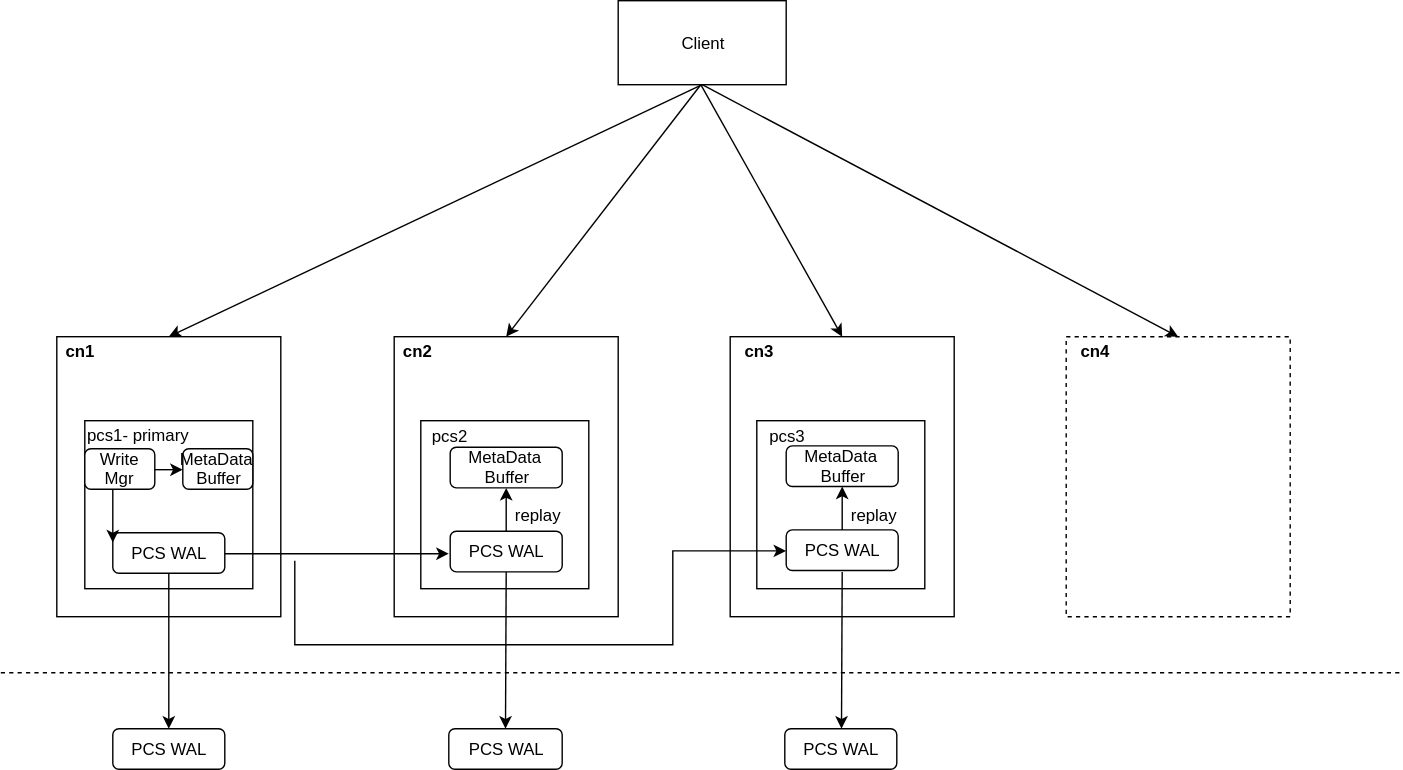
simbahebinbo/smallfat.github.io keeps this draw.io diagram as attachments/1671107410817.drawio.svg. Above is the earlier version. Source tidied: cells renumbered, new cells last; positions are measured from the earlier drawing's top-left corner, leaving out a move shared by most shapes.
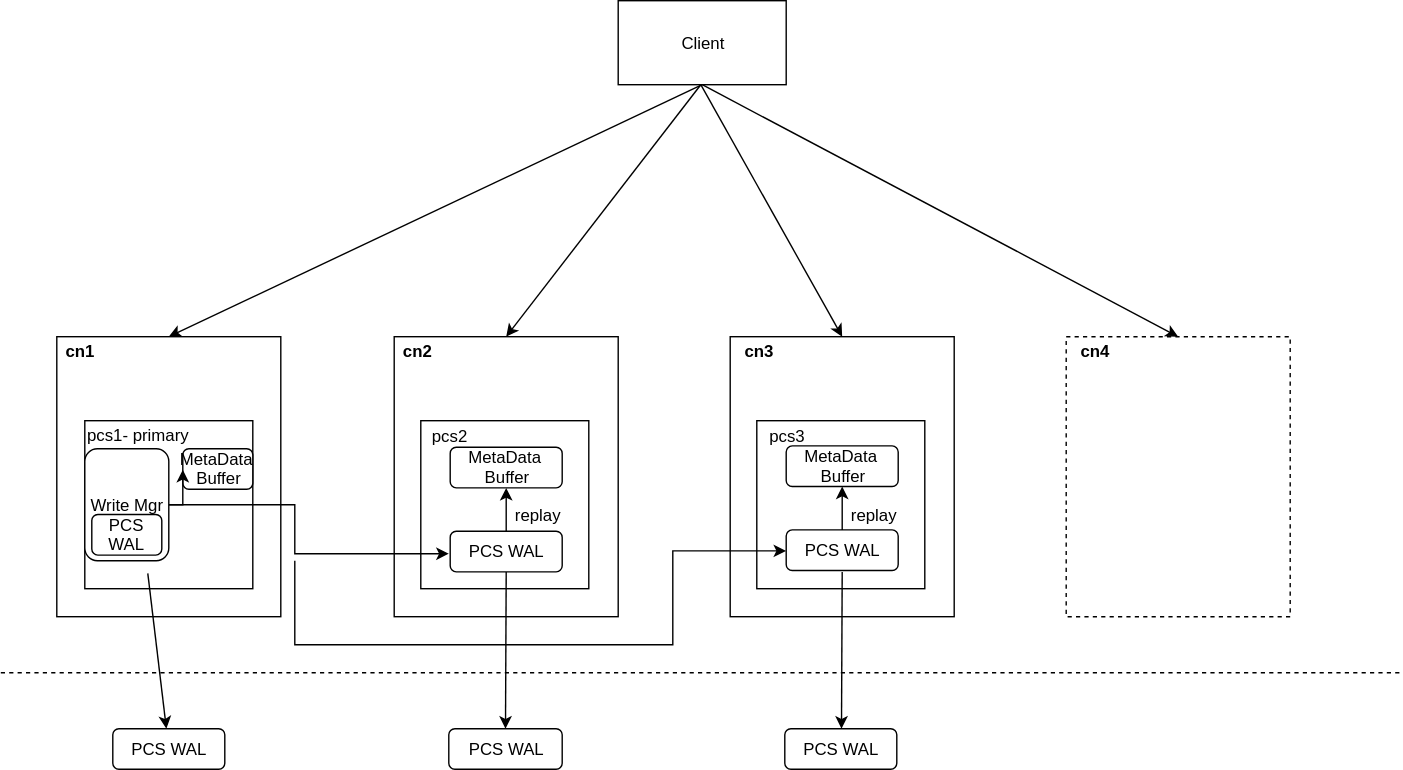
Later version of the same file.

Commit message:
添加附件 : attachments/1671107410817.drawio.svg

Change to the diagram source:
```diff
@@ -23,9 +23,6 @@
     <mxCell id="8" value="pcs1- primary" style="text;html=1;strokeColor=none;fillColor=none;align=left;verticalAlign=middle;whiteSpace=wrap;rounded=0;dashed=1;" parent="1" vertex="1">
       <mxGeometry x="60" y="300" width="80" height="20" as="geometry" />
     </mxCell>
-    <mxCell id="9" value="PCS WAL" style="rounded=1;whiteSpace=wrap;html=1;" parent="1" vertex="1">
-      <mxGeometry x="80" y="380" width="80" height="29" as="geometry" />
-    </mxCell>
     <mxCell id="10" value="cn2" style="text;html=1;strokeColor=none;fillColor=none;align=center;verticalAlign=middle;whiteSpace=wrap;rounded=0;fontStyle=1;" parent="1" vertex="1">
       <mxGeometry x="281" y="240" width="31" height="20" as="geometry" />
     </mxCell>
@@ -105,8 +102,10 @@
     <mxCell id="33" value="PCS WAL" style="rounded=1;whiteSpace=wrap;html=1;" parent="1" vertex="1">
       <mxGeometry x="560" y="520" width="80" height="29" as="geometry" />
     </mxCell>
-    <mxCell id="34" style="endArrow=classic;html=1;exitX=0.5;exitY=1;exitDx=0;exitDy=0;" parent="1" edge="1" source="9" target="31">
-      <mxGeometry relative="1" as="geometry" />
+    <mxCell id="34" style="endArrow=classic;html=1;exitX=0.5;exitY=1;exitDx=0;exitDy=0;" parent="1" edge="1" target="31">
+      <mxGeometry relative="1" as="geometry">
+        <mxPoint x="105" y="409" as="sourcePoint" />
+      </mxGeometry>
     </mxCell>
     <mxCell id="35" style="endArrow=classic;html=1;exitX=0.5;exitY=1;exitDx=0;exitDy=0;entryX=0.5;entryY=0;entryDx=0;entryDy=0;" parent="1" edge="1" source="14" target="32">
       <mxGeometry relative="1" as="geometry" />
@@ -117,7 +116,7 @@
         <mxPoint x="600.5" y="520" as="targetPoint" />
       </mxGeometry>
     </mxCell>
-    <mxCell id="37" style="edgeStyle=orthogonalEdgeStyle;rounded=0;jettySize=auto;html=1;exitX=1;exitY=0.5;exitDx=0;exitDy=0;entryX=0.167;entryY=0.792;entryDx=0;entryDy=0;entryPerimeter=0;" parent="1" edge="1" source="9" target="11">
+    <mxCell id="37" style="edgeStyle=orthogonalEdgeStyle;rounded=0;jettySize=auto;html=1;entryX=0.167;entryY=0.792;entryDx=0;entryDy=0;entryPerimeter=0;exitX=1;exitY=0.5;exitDx=0;exitDy=0;" parent="1" edge="1" source="43" target="11">
       <mxGeometry relative="1" as="geometry" />
     </mxCell>
     <mxCell id="38" style="edgeStyle=orthogonalEdgeStyle;rounded=0;jettySize=auto;html=1;entryX=0;entryY=0.5;entryDx=0;entryDy=0;" parent="1" edge="1" target="19">
@@ -140,11 +139,11 @@
     <mxCell id="41" style="edgeStyle=orthogonalEdgeStyle;rounded=0;jettySize=auto;html=1;exitX=1;exitY=0.5;exitDx=0;exitDy=0;entryX=0;entryY=0.5;entryDx=0;entryDy=0;" parent="1" edge="1" source="43" target="27">
       <mxGeometry relative="1" as="geometry" />
     </mxCell>
+    <mxCell id="43" value="Write Mgr" style="rounded=1;whiteSpace=wrap;html=1;" parent="1" vertex="1">
+      <mxGeometry x="60" y="320" width="60" height="80" as="geometry" />
+    </mxCell>
-    <mxCell id="42" style="edgeStyle=orthogonalEdgeStyle;rounded=0;jettySize=auto;html=1;exitX=0.5;exitY=1;exitDx=0;exitDy=0;entryX=0;entryY=0.25;entryDx=0;entryDy=0;" parent="1" edge="1" source="43" target="9">
-      <mxGeometry relative="1" as="geometry" />
+    <mxCell id="42" value="PCS WAL" style="rounded=1;whiteSpace=wrap;html=1;" parent="1" vertex="1">
+      <mxGeometry x="65" y="367" width="50" height="29" as="geometry" />
     </mxCell>
-    <mxCell id="43" value="Write Mgr" style="rounded=1;whiteSpace=wrap;html=1;" parent="1" vertex="1">
-      <mxGeometry x="60" y="320" width="50" height="29" as="geometry" />
-    </mxCell>
   </root>
 </mxGraphModel>
```
